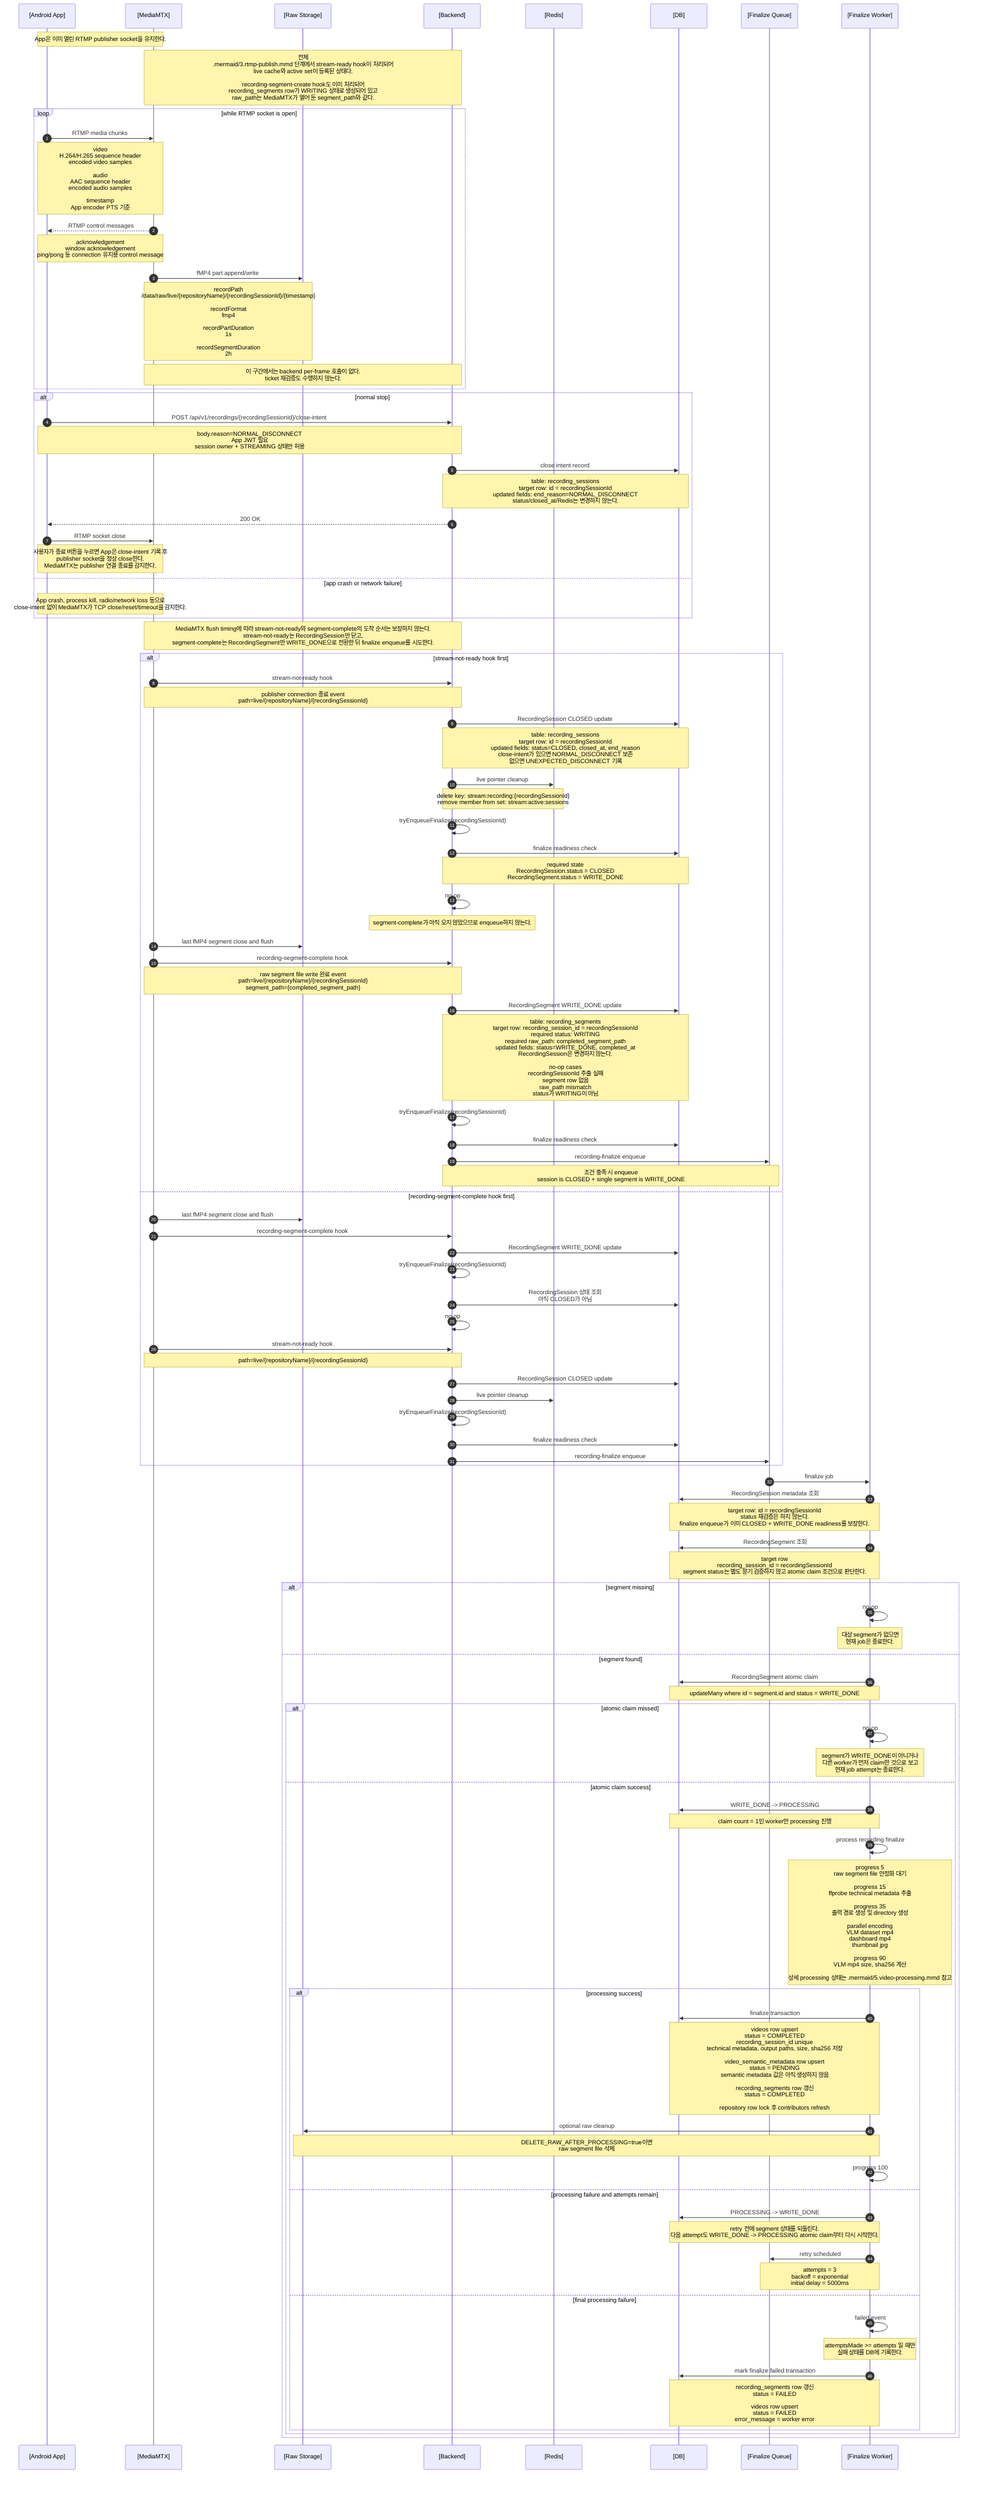
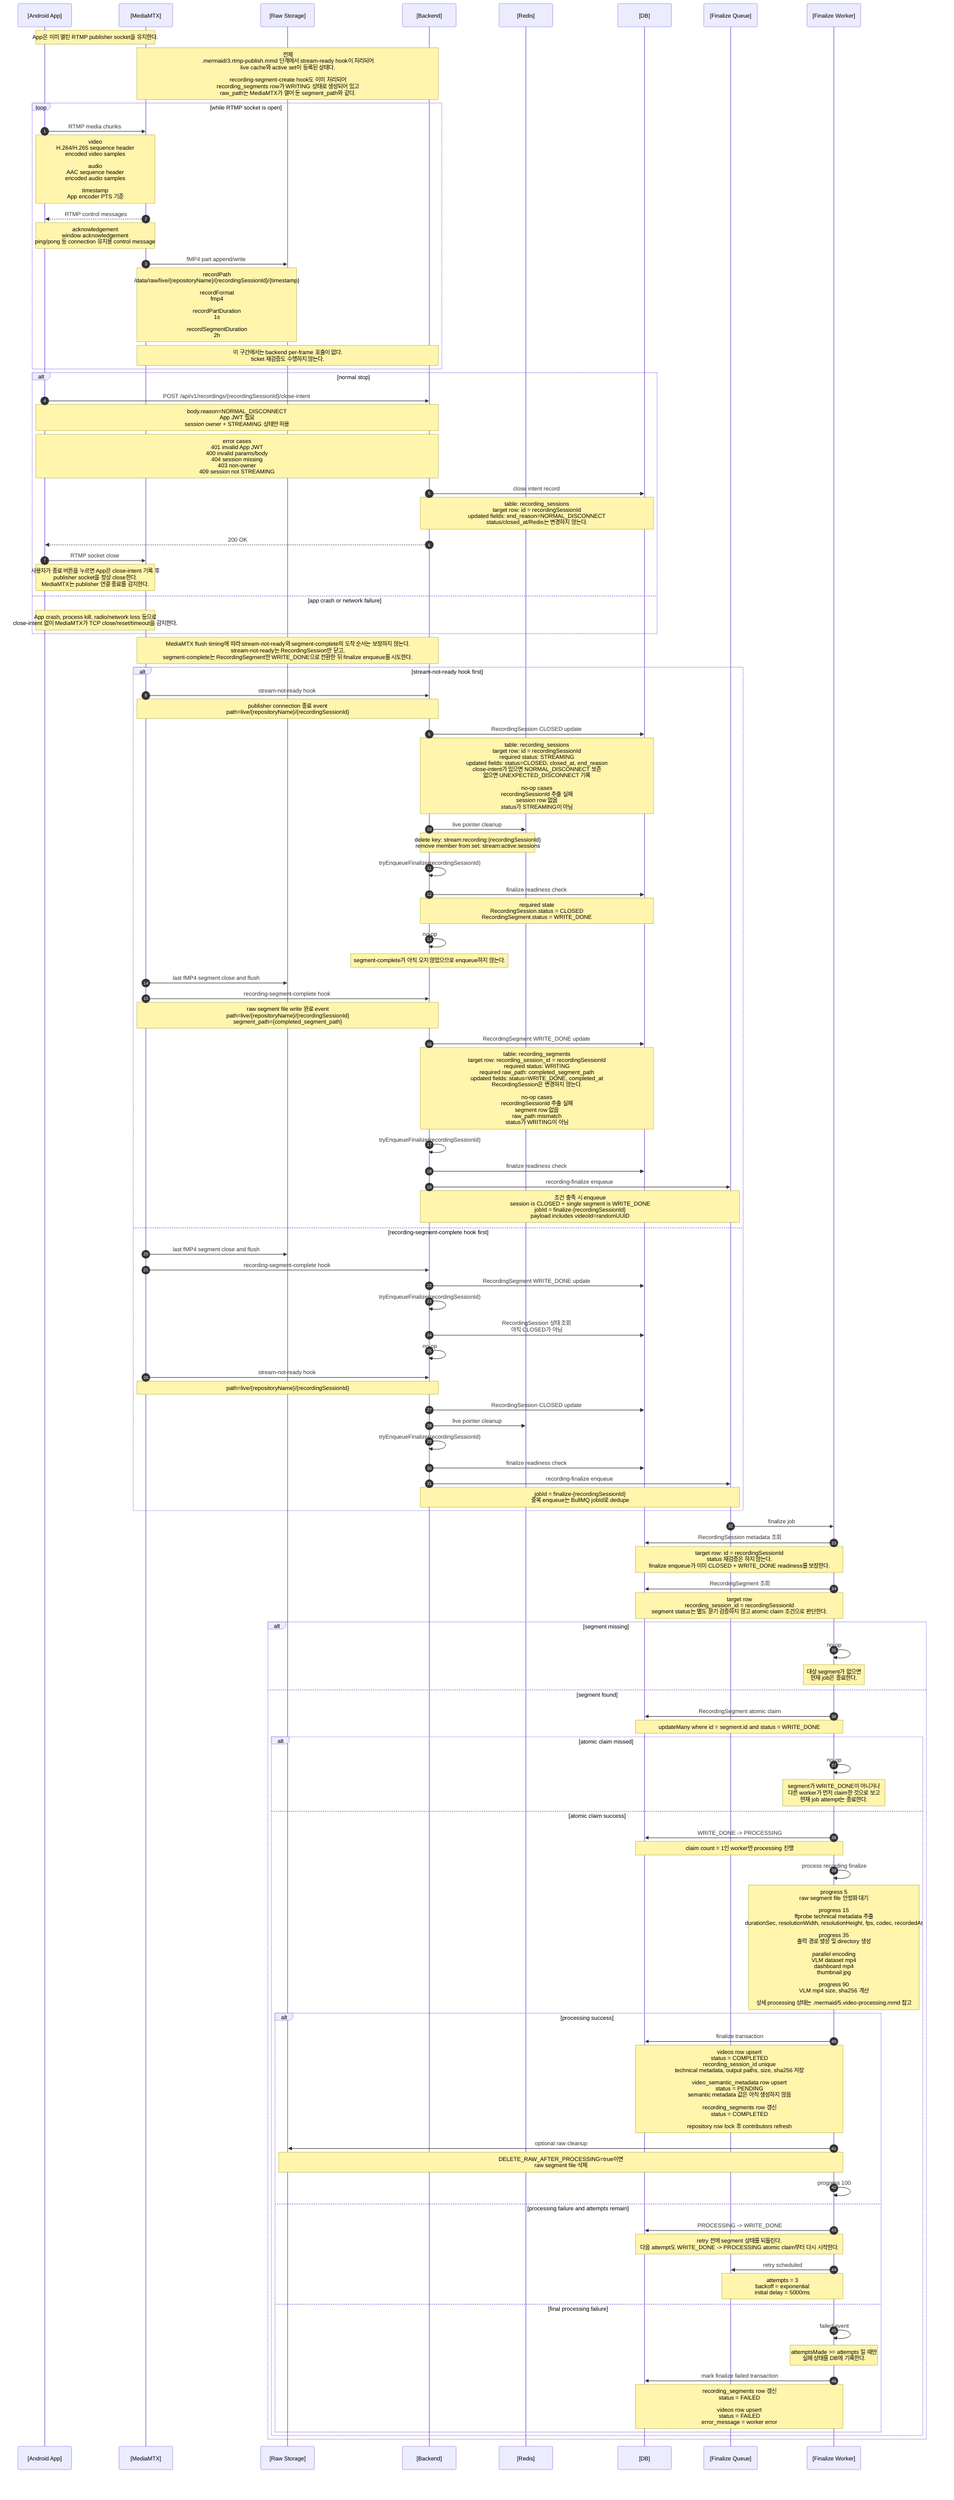
sequenceDiagram
  autonumber
  participant App as [Android App]
  participant MTX as [MediaMTX]
  participant Storage as [Raw Storage]
  participant Backend as [Backend]
  participant Redis as [Redis]
  participant DB as [DB]
  participant Queue as [Finalize Queue]
  participant Worker as [Finalize Worker]

  Note over App,MTX: App은 이미 열린 RTMP publisher socket을 유지한다.
  Note over MTX,Backend: 전제<br/>.mermaid/3.rtmp-publish.mmd 단계에서 stream-ready hook이 처리되어<br/>live cache와 active set이 등록된 상태다.<br/><br/>recording-segment-create hook도 이미 처리되어<br/>recording_segments row가 WRITING 상태로 생성되어 있고<br/>raw_path는 MediaMTX가 열어 둔 segment_path와 같다.

  loop while RTMP socket is open
    App->>MTX: RTMP media chunks
    Note over App,MTX: video<br/>H.264/H.265 sequence header<br/>encoded video samples<br/><br/>audio<br/>AAC sequence header<br/>encoded audio samples<br/><br/>timestamp<br/>App encoder PTS 기준

    MTX-->>App: RTMP control messages
    Note over MTX,App: acknowledgement<br/>window acknowledgement<br/>ping/pong 등 connection 유지용 control message

    MTX->>Storage: fMP4 part append/write
    Note over MTX,Storage: recordPath<br/>/data/raw/live/{repositoryName}/{recordingSessionId}/{timestamp}<br/><br/>recordFormat<br/>fmp4<br/><br/>recordPartDuration<br/>1s<br/><br/>recordSegmentDuration<br/>2h

    Note over MTX,Backend: 이 구간에서는 backend per-frame 호출이 없다.<br/>ticket 재검증도 수행하지 않는다.
  end

  alt normal stop
    App->>Backend: POST /api/v1/recordings/{recordingSessionId}/close-intent
    Note over App,Backend: body.reason=NORMAL_DISCONNECT<br/>App JWT 필요<br/>session owner + STREAMING 상태만 허용
+     Note over App,Backend: error cases<br/>401 invalid App JWT<br/>400 invalid params/body<br/>404 session missing<br/>403 non-owner<br/>409 session not STREAMING
    Backend->>DB: close intent record
    Note over Backend,DB: table: recording_sessions<br/>target row: id = recordingSessionId<br/>updated fields: end_reason=NORMAL_DISCONNECT<br/>status/closed_at/Redis는 변경하지 않는다.
    Backend-->>App: 200 OK

    App->>MTX: RTMP socket close
    Note over App,MTX: 사용자가 종료 버튼을 누르면 App은 close-intent 기록 후<br/>publisher socket을 정상 close한다.<br/>MediaMTX는 publisher 연결 종료를 감지한다.
  else app crash or network failure
    Note over App,MTX: App crash, process kill, radio/network loss 등으로<br/>close-intent 없이 MediaMTX가 TCP close/reset/timeout을 감지한다.
  end

  Note over MTX,Backend: MediaMTX flush timing에 따라 stream-not-ready와 segment-complete의 도착 순서는 보장하지 않는다.<br/>stream-not-ready는 RecordingSession만 닫고,<br/>segment-complete는 RecordingSegment만 WRITE_DONE으로 전환한 뒤 finalize enqueue를 시도한다.

  alt stream-not-ready hook first
    MTX->>Backend: stream-not-ready hook
    Note over MTX,Backend: publisher connection 종료 event<br/>path=live/{repositoryName}/{recordingSessionId}

    Backend->>DB: RecordingSession CLOSED update
-     Note over Backend,DB: table: recording_sessions<br/>target row: id = recordingSessionId<br/>updated fields: status=CLOSED, closed_at, end_reason<br/>close-intent가 있으면 NORMAL_DISCONNECT 보존<br/>없으면 UNEXPECTED_DISCONNECT 기록
+     Note over Backend,DB: table: recording_sessions<br/>target row: id = recordingSessionId<br/>required status: STREAMING<br/>updated fields: status=CLOSED, closed_at, end_reason<br/>close-intent가 있으면 NORMAL_DISCONNECT 보존<br/>없으면 UNEXPECTED_DISCONNECT 기록<br/><br/>no-op cases<br/>recordingSessionId 추출 실패<br/>session row 없음<br/>status가 STREAMING이 아님

    Backend->>Redis: live pointer cleanup
    Note over Backend,Redis: delete key: stream:recording:{recordingSessionId}<br/>remove member from set: stream:active:sessions

    Backend->>Backend: tryEnqueueFinalize(recordingSessionId)
    Backend->>DB: finalize readiness check
    Note over Backend,DB: required state<br/>RecordingSession.status = CLOSED<br/>RecordingSegment.status = WRITE_DONE

    Backend->>Backend: no-op
    Note over Backend: segment-complete가 아직 오지 않았으므로 enqueue하지 않는다.

    MTX->>Storage: last fMP4 segment close and flush
    MTX->>Backend: recording-segment-complete hook
    Note over MTX,Backend: raw segment file write 완료 event<br/>path=live/{repositoryName}/{recordingSessionId}<br/>segment_path={completed_segment_path}

    Backend->>DB: RecordingSegment WRITE_DONE update
    Note over Backend,DB: table: recording_segments<br/>target row: recording_session_id = recordingSessionId<br/>required status: WRITING<br/>required raw_path: completed_segment_path<br/>updated fields: status=WRITE_DONE, completed_at<br/>RecordingSession은 변경하지 않는다.<br/><br/>no-op cases<br/>recordingSessionId 추출 실패<br/>segment row 없음<br/>raw_path mismatch<br/>status가 WRITING이 아님

    Backend->>Backend: tryEnqueueFinalize(recordingSessionId)
    Backend->>DB: finalize readiness check
    Backend->>Queue: recording-finalize enqueue
-     Note over Backend,Queue: 조건 충족 시 enqueue<br/>session is CLOSED + single segment is WRITE_DONE
+     Note over Backend,Queue: 조건 충족 시 enqueue<br/>session is CLOSED + single segment is WRITE_DONE<br/>jobId = finalize-{recordingSessionId}<br/>payload includes videoId=randomUUID

  else recording-segment-complete hook first
    MTX->>Storage: last fMP4 segment close and flush
    MTX->>Backend: recording-segment-complete hook
    Backend->>DB: RecordingSegment WRITE_DONE update
    Backend->>Backend: tryEnqueueFinalize(recordingSessionId)
    Backend->>DB: RecordingSession 상태 조회<br/>아직 CLOSED가 아님
    Backend->>Backend: no-op

    MTX->>Backend: stream-not-ready hook
    Note over MTX,Backend: path=live/{repositoryName}/{recordingSessionId}
    Backend->>DB: RecordingSession CLOSED update
    Backend->>Redis: live pointer cleanup
    Backend->>Backend: tryEnqueueFinalize(recordingSessionId)
    Backend->>DB: finalize readiness check
    Backend->>Queue: recording-finalize enqueue
+     Note over Backend,Queue: jobId = finalize-{recordingSessionId}<br/>중복 enqueue는 BullMQ jobId로 dedupe
  end

  Queue->>Worker: finalize job
  Worker->>DB: RecordingSession metadata 조회
  Note over Worker,DB: target row: id = recordingSessionId<br/>status 재검증은 하지 않는다.<br/>finalize enqueue가 이미 CLOSED + WRITE_DONE readiness를 보장한다.

  Worker->>DB: RecordingSegment 조회
  Note over Worker,DB: target row<br/>recording_session_id = recordingSessionId<br/>segment status는 별도 분기 검증하지 않고 atomic claim 조건으로 판단한다.

  alt segment missing
    Worker->>Worker: no-op
    Note over Worker: 대상 segment가 없으면<br/>현재 job은 종료한다.
  else segment found
    Worker->>DB: RecordingSegment atomic claim
    Note over Worker,DB: updateMany where id = segment.id and status = WRITE_DONE

    alt atomic claim missed
      Worker->>Worker: no-op
      Note over Worker: segment가 WRITE_DONE이 아니거나<br/>다른 worker가 먼저 claim한 것으로 보고<br/>현재 job attempt는 종료한다.
    else atomic claim success
      Worker->>DB: WRITE_DONE -> PROCESSING
      Note over Worker,DB: claim count = 1인 worker만 processing 진행

      Worker->>Worker: process recording finalize
-       Note over Worker: progress 5<br/>raw segment file 안정화 대기<br/><br/>progress 15<br/>ffprobe technical metadata 추출<br/><br/>progress 35<br/>출력 경로 생성 및 directory 생성<br/><br/>parallel encoding<br/>VLM dataset mp4<br/>dashboard mp4<br/>thumbnail jpg<br/><br/>progress 90<br/>VLM mp4 size, sha256 계산<br/><br/>상세 processing 상태는 .mermaid/5.video-processing.mmd 참고
+       Note over Worker: progress 5<br/>raw segment file 안정화 대기<br/><br/>progress 15<br/>ffprobe technical metadata 추출<br/>durationSec, resolutionWidth, resolutionHeight, fps, codec, recordedAt<br/><br/>progress 35<br/>출력 경로 생성 및 directory 생성<br/><br/>parallel encoding<br/>VLM dataset mp4<br/>dashboard mp4<br/>thumbnail jpg<br/><br/>progress 90<br/>VLM mp4 size, sha256 계산<br/><br/>상세 processing 상태는 .mermaid/5.video-processing.mmd 참고

      alt processing success
        Worker->>DB: finalize transaction
        Note over Worker,DB: videos row upsert<br/>status = COMPLETED<br/>recording_session_id unique<br/>technical metadata, output paths, size, sha256 저장<br/><br/>video_semantic_metadata row upsert<br/>status = PENDING<br/>semantic metadata 값은 아직 생성하지 않음<br/><br/>recording_segments row 갱신<br/>status = COMPLETED<br/><br/>repository row lock 후 contributors refresh
        Worker->>Storage: optional raw cleanup
        Note over Worker,Storage: DELETE_RAW_AFTER_PROCESSING=true이면<br/>raw segment file 삭제
        Worker->>Worker: progress 100
      else processing failure and attempts remain
        Worker->>DB: PROCESSING -> WRITE_DONE
        Note over Worker,DB: retry 전에 segment 상태를 되돌린다.<br/>다음 attempt도 WRITE_DONE -> PROCESSING atomic claim부터 다시 시작한다.
        Worker->>Queue: retry scheduled
        Note over Worker,Queue: attempts = 3<br/>backoff = exponential<br/>initial delay = 5000ms
      else final processing failure
        Worker->>Worker: failed event
        Note over Worker: attemptsMade >= attempts 일 때만<br/>실패 상태를 DB에 기록한다.
        Worker->>DB: mark finalize failed transaction
        Note over Worker,DB: recording_segments row 갱신<br/>status = FAILED<br/><br/>videos row upsert<br/>status = FAILED<br/>error_message = worker error
      end
    end
  end

%% 참고:
%% 이 문서는 live cache 저장 이후 실제 RTMP media 전송,
%% publisher socket 종료, stream-not-ready/segment-complete hook, finalize enqueue까지 다룬다.
%% App 변경 필요:
%% App의 stop 버튼은 legacy Stop API를 호출하지 않는다.
%% App의 stop 버튼은 RTMP publisher connection을 바로 닫기 전에
%% POST /api/v1/recordings/{recordingSessionId}/close-intent 를 호출해야 한다.
%% close-intent body는 { "reason": "NORMAL_DISCONNECT" } 만 보낸다.
%% close-intent 200 OK 이후 RTMP publisher connection을 정상 close한다.
%% close-intent 호출 실패 또는 app crash/network failure로 close-intent가 누락되면
%% backend는 stream-not-ready/reconcile 시 UNEXPECTED_DISCONNECT로 기록한다.
%% stream-not-ready hook payload만으로 정상 close와 crash/reset/timeout을 정확히 구분하지 않는다.
%% close-intent가 먼저 도착한 경우 stream-not-ready는 NORMAL_DISCONNECT를 보존한다.
%% close-intent 없이 stream-not-ready가 도착하거나 MediaMTX active path missing을 reconcile이 감지하면 UNEXPECTED_DISCONNECT로 기록한다.
%% 현재 구조에서는 App이 단일 recording session을 짧게 유지하는 전제이므로
%% 정상 흐름의 segment rollover는 별도로 다루지 않는다.
%% finalize job 중복 enqueue는 jobId=finalize-{recordingSessionId}로 dedupe된다.
%% worker는 session status와 existing Video를 사전 재검증하지 않는다.
%% 처리 권한은 RecordingSegment WRITE_DONE -> PROCESSING atomic claim으로 보장한다.
%% 성공 시 videos row는 recording_session_id unique key 기준 upsert한다. 이는 현재 코드 기준 의도된 동작이다.
%% semantic metadata는 video_semantic_metadata 별도 table에서 status/data를 관리한다.
%% WRITE_DONE segment를 reconcile에서 다시 찾아 enqueue하는 보정 loop는 두지 않는다.
%% retry 가능한 worker 실패에서는 PROCESSING을 WRITE_DONE으로 되돌린 뒤 BullMQ retry에 맡긴다.
%% recording-finalize queue option: attempts=3, exponential backoff delay=5000ms, removeOnComplete=1000, removeOnFail=2000.
%% segment-complete hook 누락 복구는 현재 하지 않는다. segment-complete가 오지 않으면 WRITING segment는 finalize 대상이 아니다.
%% pain point: worker process crash, OOM, host kill처럼 catch/failed handler가 실행되지 않는 장애에서는 PROCESSING -> WRITE_DONE reset이 누락될 수 있다.
%% 현재 단계에서는 stale PROCESSING 복구를 구현하지 않는다. 필요해지면 reconcile 또는 processing lease 기반 복구를 추가해야 한다.
%% worker processing의 상세 구현 상태와 VLM semantic metadata 확장 지점은 .mermaid/5.video-processing.mmd에서 다룬다.
